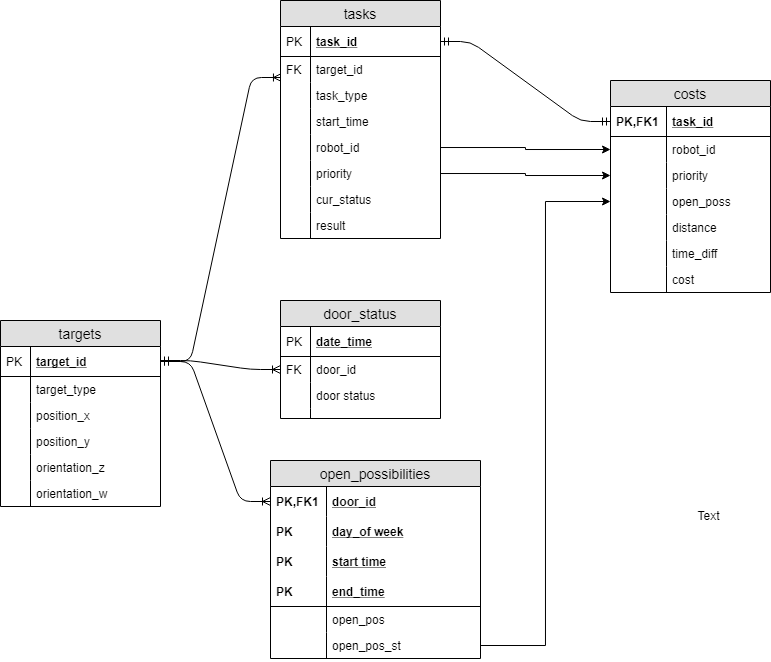
This is img/robot-database.png from xuanjiao/Robots_task_scheduling, a draw.io export, as it was before one commit. Source tidied: cells renumbered, new cells last; positions are measured from the earlier drawing's top-left corner, leaving out a move shared by most shapes.
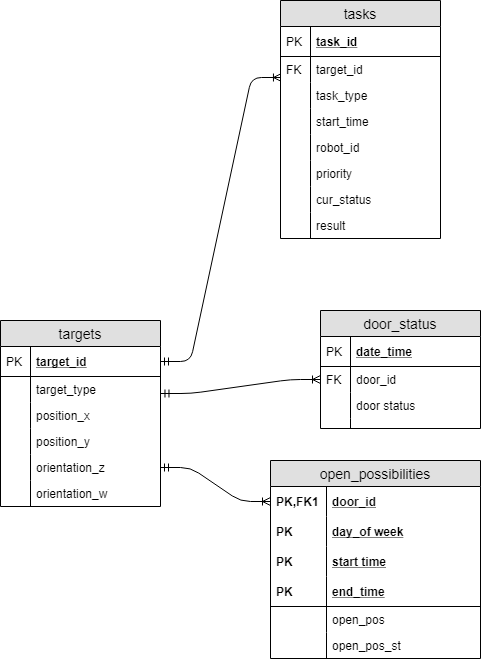
Later version of the same file.

Change to the diagram source:
```diff
@@ -41,13 +41,11 @@
     <mxCell id="14" style="shape=partialRectangle;top=0;left=0;bottom=0;fillColor=none;align=left;verticalAlign=top;spacingLeft=4;spacingRight=4;overflow=hidden;fontSize=12;" parent="13" vertex="1">
       <mxGeometry width="30" height="26" as="geometry" />
     </mxCell>
-    <mxCell id="15" style="edgeStyle=entityRelationEdgeStyle;fontSize=12;html=1;endArrow=ERoneToMany;startArrow=ERmandOne;exitX=1;exitY=0.5;exitDx=0;exitDy=0;" parent="1" edge="1" source="3" target="19">
+    <mxCell id="15" style="edgeStyle=entityRelationEdgeStyle;fontSize=12;html=1;endArrow=ERoneToMany;startArrow=ERmandOne;" parent="1" edge="1" source="11" target="19">
       <mxGeometry relative="1" as="geometry" />
     </mxCell>
-    <mxCell id="16" style="edgeStyle=entityRelationEdgeStyle;fontSize=12;html=1;endArrow=ERoneToMany;startArrow=ERmandOne;exitX=1;exitY=0.5;exitDx=0;exitDy=0;entryX=0;entryY=0.5;entryDx=0;entryDy=0;" parent="1" edge="1" target="34">
-      <mxGeometry relative="1" as="geometry">
-        <mxPoint x="160" y="360" as="sourcePoint" />
-      </mxGeometry>
+    <mxCell id="16" style="edgeStyle=entityRelationEdgeStyle;fontSize=12;html=1;endArrow=ERoneToMany;startArrow=ERmandOne;exitX=1.003;exitY=0.654;exitDx=0;exitDy=0;entryX=0;entryY=0.5;entryDx=0;entryDy=0;exitPerimeter=0;" parent="1" edge="1" source="5" target="34">
+      <mxGeometry relative="1" as="geometry" />
     </mxCell>
     <mxCell id="17" style="edgeStyle=entityRelationEdgeStyle;fontSize=12;html=1;endArrow=ERoneToMany;startArrow=ERmandOne;exitX=1;exitY=0.5;exitDx=0;exitDy=0;entryX=0.006;entryY=0.808;entryDx=0;entryDy=0;entryPerimeter=0;" parent="1" edge="1" source="3" target="43">
       <mxGeometry relative="1" as="geometry" />
@@ -91,33 +89,6 @@
     <mxCell id="30" style="shape=partialRectangle;top=0;left=0;bottom=0;fillColor=none;align=left;verticalAlign=top;spacingLeft=4;spacingRight=4;overflow=hidden;fontSize=12;" parent="29" vertex="1">
       <mxGeometry width="56" height="26" as="geometry" />
     </mxCell>
-    <mxCell id="31" value="door_status" style="swimlane;fontStyle=0;horizontal=1;startSize=26;fillColor=#e0e0e0;swimlaneFillColor=#ffffff;align=center;fontSize=14;" parent="1" vertex="1">
-      <mxGeometry x="280" y="300" width="160" height="118" as="geometry" />
-    </mxCell>
-    <mxCell id="32" value="date_time" style="shape=partialRectangle;top=0;left=0;right=0;bottom=1;align=left;verticalAlign=middle;fillColor=none;spacingLeft=34;spacingRight=4;overflow=hidden;fontStyle=5;fontSize=12;" parent="31" vertex="1">
-      <mxGeometry y="26" width="160" height="30" as="geometry" />
-    </mxCell>
-    <mxCell id="33" value="PK" style="shape=partialRectangle;top=0;left=0;bottom=0;fillColor=none;align=left;verticalAlign=middle;spacingLeft=4;spacingRight=4;overflow=hidden;fontSize=12;" parent="32" vertex="1">
-      <mxGeometry width="30" height="30" as="geometry" />
-    </mxCell>
-    <mxCell id="34" value="door_id" style="shape=partialRectangle;top=0;left=0;right=0;bottom=0;align=left;verticalAlign=top;fillColor=none;spacingLeft=34;spacingRight=4;overflow=hidden;points=[[0,0.5],[1,0.5]];portConstraint=eastwest;fontSize=12;" parent="31" vertex="1">
-      <mxGeometry y="56" width="160" height="26" as="geometry" />
-    </mxCell>
-    <mxCell id="35" value="FK" style="shape=partialRectangle;top=0;left=0;bottom=0;fillColor=none;align=left;verticalAlign=top;spacingLeft=4;spacingRight=4;overflow=hidden;fontSize=12;" parent="34" vertex="1">
-      <mxGeometry width="30" height="26" as="geometry" />
-    </mxCell>
-    <mxCell id="36" value="door status" style="shape=partialRectangle;top=0;left=0;right=0;bottom=0;align=left;verticalAlign=top;fillColor=none;spacingLeft=34;spacingRight=4;overflow=hidden;fontSize=12;" parent="31" vertex="1">
-      <mxGeometry y="82" width="160" height="26" as="geometry" />
-    </mxCell>
-    <mxCell id="37" style="shape=partialRectangle;top=0;left=0;bottom=0;fillColor=none;align=left;verticalAlign=top;spacingLeft=4;spacingRight=4;overflow=hidden;fontSize=12;" parent="36" vertex="1">
-      <mxGeometry width="30" height="26" as="geometry" />
-    </mxCell>
-    <mxCell id="38" style="shape=partialRectangle;top=0;left=0;right=0;bottom=0;align=left;verticalAlign=top;fillColor=none;spacingLeft=34;spacingRight=4;overflow=hidden;fontSize=12;" parent="31" vertex="1">
-      <mxGeometry y="108" width="160" height="10" as="geometry" />
-    </mxCell>
-    <mxCell id="39" style="shape=partialRectangle;top=0;left=0;bottom=0;fillColor=none;align=left;verticalAlign=top;spacingLeft=4;spacingRight=4;overflow=hidden;fontSize=12;" parent="38" vertex="1">
-      <mxGeometry width="30" height="10" as="geometry" />
-    </mxCell>
     <mxCell id="40" value="tasks" style="swimlane;fontStyle=0;horizontal=1;startSize=26;fillColor=#e0e0e0;swimlaneFillColor=#ffffff;align=center;fontSize=14;" parent="1" vertex="1">
       <mxGeometry x="280" width="160" height="238" as="geometry" />
     </mxCell>
@@ -169,65 +140,32 @@
     <mxCell id="56" style="shape=partialRectangle;top=0;left=0;bottom=0;fillColor=none;align=left;verticalAlign=top;spacingLeft=4;spacingRight=4;overflow=hidden;fontSize=12;" parent="55" vertex="1">
       <mxGeometry width="30" height="26" as="geometry" />
     </mxCell>
-    <mxCell id="57" style="edgeStyle=entityRelationEdgeStyle;fontSize=12;html=1;endArrow=ERmandOne;startArrow=ERmandOne;exitX=1;exitY=0.5;exitDx=0;exitDy=0;" parent="1" edge="1" source="41" target="62">
-      <mxGeometry relative="1" as="geometry" />
-    </mxCell>
-    <mxCell id="58" style="edgeStyle=orthogonalEdgeStyle;rounded=0;jettySize=auto;html=1;entryX=0;entryY=0.5;entryDx=0;entryDy=0;" parent="1" edge="1" source="49" target="64">
-      <mxGeometry relative="1" as="geometry" />
-    </mxCell>
-    <mxCell id="59" style="edgeStyle=orthogonalEdgeStyle;rounded=0;jettySize=auto;html=1;entryX=0;entryY=0.5;entryDx=0;entryDy=0;" parent="1" edge="1" source="51" target="66">
-      <mxGeometry relative="1" as="geometry" />
-    </mxCell>
-    <mxCell id="60" style="edgeStyle=orthogonalEdgeStyle;rounded=0;jettySize=auto;html=1;entryX=0;entryY=0.5;entryDx=0;entryDy=0;exitX=1;exitY=0.5;exitDx=0;exitDy=0;" parent="1" edge="1" source="29" target="68">
-      <mxGeometry relative="1" as="geometry" />
-    </mxCell>
-    <mxCell id="61" value="costs" style="swimlane;fontStyle=0;horizontal=1;startSize=26;fillColor=#e0e0e0;swimlaneFillColor=#ffffff;align=center;fontSize=14;" parent="1" vertex="1">
-      <mxGeometry x="610" y="80" width="160" height="212" as="geometry" />
-    </mxCell>
-    <mxCell id="62" value="task_id" style="shape=partialRectangle;top=0;left=0;right=0;bottom=1;align=left;verticalAlign=middle;fillColor=none;spacingLeft=60;spacingRight=4;overflow=hidden;points=[[0,0.5],[1,0.5]];portConstraint=eastwest;fontStyle=5;fontSize=12;" parent="61" vertex="1">
-      <mxGeometry y="26" width="160" height="30" as="geometry" />
-    </mxCell>
-    <mxCell id="63" value="PK,FK1" style="shape=partialRectangle;fontStyle=1;top=0;left=0;bottom=0;fillColor=none;align=left;verticalAlign=middle;spacingLeft=4;spacingRight=4;overflow=hidden;fontSize=12;" parent="62" vertex="1">
-      <mxGeometry width="56" height="30" as="geometry" />
-    </mxCell>
-    <mxCell id="64" value="robot_id" style="shape=partialRectangle;top=0;left=0;right=0;bottom=0;align=left;verticalAlign=top;fillColor=none;spacingLeft=60;spacingRight=4;overflow=hidden;points=[[0,0.5],[1,0.5]];portConstraint=eastwest;fontSize=12;" parent="61" vertex="1">
-      <mxGeometry y="56" width="160" height="26" as="geometry" />
-    </mxCell>
-    <mxCell id="65" style="shape=partialRectangle;top=0;left=0;bottom=0;fillColor=none;align=left;verticalAlign=top;spacingLeft=4;spacingRight=4;overflow=hidden;fontSize=12;" parent="64" vertex="1">
-      <mxGeometry width="56" height="26" as="geometry" />
-    </mxCell>
-    <mxCell id="66" value="priority" style="shape=partialRectangle;top=0;left=0;right=0;bottom=0;align=left;verticalAlign=top;fillColor=none;spacingLeft=60;spacingRight=4;overflow=hidden;points=[[0,0.5],[1,0.5]];portConstraint=eastwest;fontSize=12;" parent="61" vertex="1">
-      <mxGeometry y="82" width="160" height="26" as="geometry" />
-    </mxCell>
-    <mxCell id="67" style="shape=partialRectangle;top=0;left=0;bottom=0;fillColor=none;align=left;verticalAlign=top;spacingLeft=4;spacingRight=4;overflow=hidden;fontSize=12;" parent="66" vertex="1">
-      <mxGeometry width="56" height="26" as="geometry" />
-    </mxCell>
-    <mxCell id="68" value="open_poss" style="shape=partialRectangle;top=0;left=0;right=0;bottom=0;align=left;verticalAlign=top;fillColor=none;spacingLeft=60;spacingRight=4;overflow=hidden;points=[[0,0.5],[1,0.5]];portConstraint=eastwest;fontSize=12;" parent="61" vertex="1">
-      <mxGeometry y="108" width="160" height="26" as="geometry" />
-    </mxCell>
-    <mxCell id="69" style="shape=partialRectangle;top=0;left=0;bottom=0;fillColor=none;align=left;verticalAlign=top;spacingLeft=4;spacingRight=4;overflow=hidden;fontSize=12;" parent="68" vertex="1">
-      <mxGeometry width="56" height="26" as="geometry" />
-    </mxCell>
-    <mxCell id="70" value="distance" style="shape=partialRectangle;top=0;left=0;right=0;bottom=0;align=left;verticalAlign=top;fillColor=none;spacingLeft=60;spacingRight=4;overflow=hidden;fontSize=12;" parent="61" vertex="1">
-      <mxGeometry y="134" width="160" height="26" as="geometry" />
-    </mxCell>
-    <mxCell id="71" style="shape=partialRectangle;top=0;left=0;bottom=0;fillColor=none;align=left;verticalAlign=top;spacingLeft=4;spacingRight=4;overflow=hidden;fontSize=12;" parent="70" vertex="1">
-      <mxGeometry width="56" height="26" as="geometry" />
-    </mxCell>
-    <mxCell id="72" value="time_diff" style="shape=partialRectangle;top=0;left=0;right=0;bottom=0;align=left;verticalAlign=top;fillColor=none;spacingLeft=60;spacingRight=4;overflow=hidden;fontSize=12;" parent="61" vertex="1">
-      <mxGeometry y="160" width="160" height="26" as="geometry" />
-    </mxCell>
-    <mxCell id="73" style="shape=partialRectangle;top=0;left=0;bottom=0;fillColor=none;align=left;verticalAlign=top;spacingLeft=4;spacingRight=4;overflow=hidden;fontSize=12;" parent="72" vertex="1">
-      <mxGeometry width="56" height="26" as="geometry" />
-    </mxCell>
-    <mxCell id="74" value="cost" style="shape=partialRectangle;top=0;left=0;right=0;bottom=0;align=left;verticalAlign=top;fillColor=none;spacingLeft=60;spacingRight=4;overflow=hidden;fontSize=12;" parent="61" vertex="1">
-      <mxGeometry y="186" width="160" height="26" as="geometry" />
-    </mxCell>
-    <mxCell id="75" style="shape=partialRectangle;top=0;left=0;bottom=0;fillColor=none;align=left;verticalAlign=top;spacingLeft=4;spacingRight=4;overflow=hidden;fontSize=12;" parent="74" vertex="1">
-      <mxGeometry width="56" height="26" as="geometry" />
-    </mxCell>
-    <mxCell id="76" value="Text" style="text;html=1;align=center;verticalAlign=middle;" parent="1" vertex="1">
-      <mxGeometry x="688" y="505" width="40" height="20" as="geometry" />
-    </mxCell>
+    <mxCell id="31" value="door_status" style="swimlane;fontStyle=0;horizontal=1;startSize=26;fillColor=#e0e0e0;swimlaneFillColor=#ffffff;align=center;fontSize=14;" parent="1" vertex="1">
+      <mxGeometry x="320" y="310" width="160" height="118" as="geometry" />
+    </mxCell>
+    <mxCell id="32" value="date_time" style="shape=partialRectangle;top=0;left=0;right=0;bottom=1;align=left;verticalAlign=middle;fillColor=none;spacingLeft=34;spacingRight=4;overflow=hidden;fontStyle=5;fontSize=12;" parent="31" vertex="1">
+      <mxGeometry y="26" width="160" height="30" as="geometry" />
+    </mxCell>
+    <mxCell id="33" value="PK" style="shape=partialRectangle;top=0;left=0;bottom=0;fillColor=none;align=left;verticalAlign=middle;spacingLeft=4;spacingRight=4;overflow=hidden;fontSize=12;" parent="32" vertex="1">
+      <mxGeometry width="30" height="30" as="geometry" />
+    </mxCell>
+    <mxCell id="34" value="door_id" style="shape=partialRectangle;top=0;left=0;right=0;bottom=0;align=left;verticalAlign=top;fillColor=none;spacingLeft=34;spacingRight=4;overflow=hidden;points=[[0,0.5],[1,0.5]];portConstraint=eastwest;fontSize=12;" parent="31" vertex="1">
+      <mxGeometry y="56" width="160" height="26" as="geometry" />
+    </mxCell>
+    <mxCell id="35" value="FK" style="shape=partialRectangle;top=0;left=0;bottom=0;fillColor=none;align=left;verticalAlign=top;spacingLeft=4;spacingRight=4;overflow=hidden;fontSize=12;" parent="34" vertex="1">
+      <mxGeometry width="30" height="26" as="geometry" />
+    </mxCell>
+    <mxCell id="36" value="door status" style="shape=partialRectangle;top=0;left=0;right=0;bottom=0;align=left;verticalAlign=top;fillColor=none;spacingLeft=34;spacingRight=4;overflow=hidden;fontSize=12;" parent="31" vertex="1">
+      <mxGeometry y="82" width="160" height="26" as="geometry" />
+    </mxCell>
+    <mxCell id="37" style="shape=partialRectangle;top=0;left=0;bottom=0;fillColor=none;align=left;verticalAlign=top;spacingLeft=4;spacingRight=4;overflow=hidden;fontSize=12;" parent="36" vertex="1">
+      <mxGeometry width="30" height="26" as="geometry" />
+    </mxCell>
+    <mxCell id="38" style="shape=partialRectangle;top=0;left=0;right=0;bottom=0;align=left;verticalAlign=top;fillColor=none;spacingLeft=34;spacingRight=4;overflow=hidden;fontSize=12;" parent="31" vertex="1">
+      <mxGeometry y="108" width="160" height="10" as="geometry" />
+    </mxCell>
+    <mxCell id="39" style="shape=partialRectangle;top=0;left=0;bottom=0;fillColor=none;align=left;verticalAlign=top;spacingLeft=4;spacingRight=4;overflow=hidden;fontSize=12;" parent="38" vertex="1">
+      <mxGeometry width="30" height="10" as="geometry" />
+    </mxCell>
   </root>
 </mxGraphModel>
```
